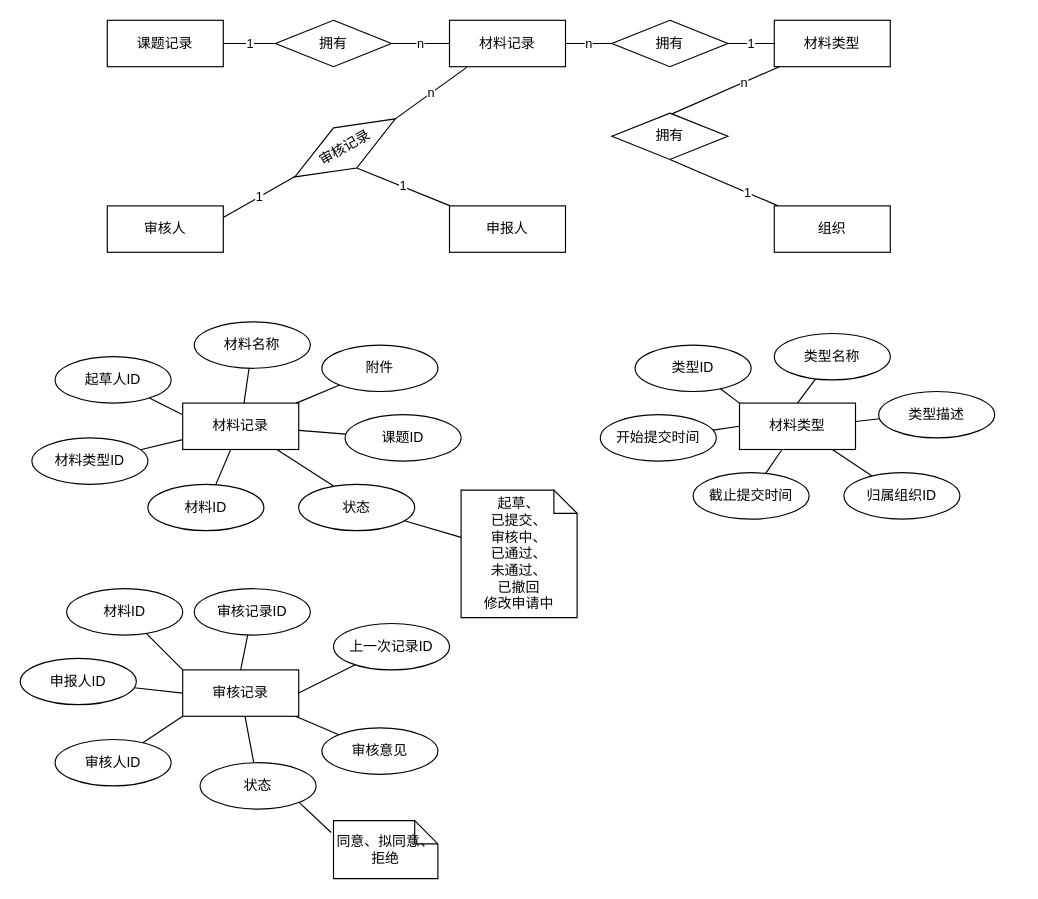
FdfGithub/drawio keeps this draw.io diagram as page "材料服务" (4 of 5) of 毕设管理系统/ER模型图.drawio. Above is the earlier version. Source tidied: cells renumbered, new cells numbered last; positions are measured from the earlier drawing's top-left corner, leaving out a move shared by most shapes. Both pictures are drawn from the tidied source at 116%, with x=0, y=0 at pixel (20, 20).
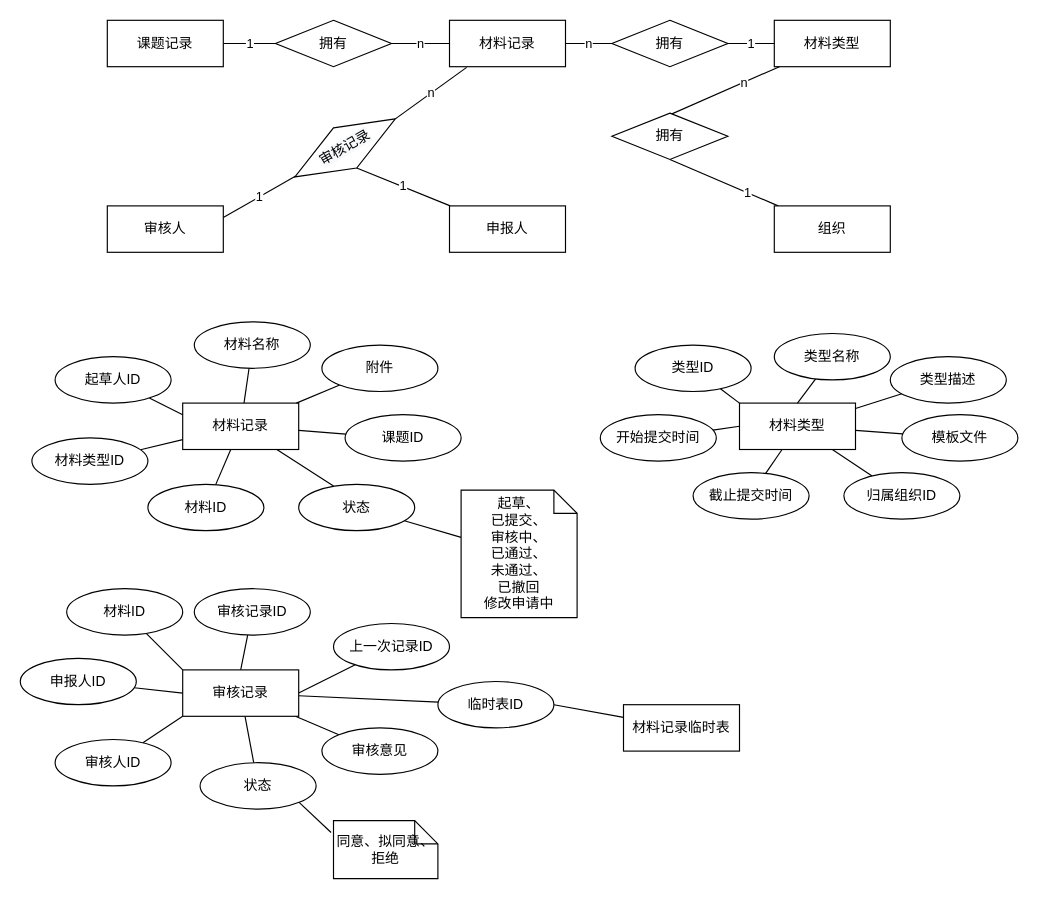
The same page after the edit.

Unchanged cells that the change refers to:
```xml
<mxCell id="21" value="材料类型" style="whiteSpace=wrap;html=1;align=center;" parent="1" vertex="1">
  <mxGeometry x="620" y="330" width="100" height="40" as="geometry" />
</mxCell>
<mxCell id="37" value="审核记录" style="whiteSpace=wrap;html=1;align=center;" parent="1" vertex="1">
  <mxGeometry x="140" y="560" width="100" height="40" as="geometry" />
</mxCell>
```

Change to the diagram source:
```diff
@@
+    <mxCell id="70" style="edgeStyle=none;rounded=0;jettySize=auto;html=1;endArrow=none;endFill=0;" parent="1" edge="1" source="21" target="72">
+      <mxGeometry relative="1" as="geometry" />
+    </mxCell>
@@
     <mxCell id="28" value="类型描述" style="ellipse;whiteSpace=wrap;html=1;align=center;" parent="1" vertex="1">
-      <mxGeometry x="740" y="320" width="100" height="40" as="geometry" />
+      <mxGeometry x="750" y="290" width="100" height="40" as="geometry" />
     </mxCell>
@@
+    <mxCell id="71" style="edgeStyle=none;rounded=0;jettySize=auto;html=1;endArrow=none;endFill=0;" parent="1" edge="1" source="37" target="73">
+      <mxGeometry relative="1" as="geometry" />
+    </mxCell>
@@
+    <mxCell id="72" value="模板文件" style="ellipse;whiteSpace=wrap;html=1;align=center;" parent="1" vertex="1">
+      <mxGeometry x="760" y="340" width="100" height="40" as="geometry" />
+    </mxCell>
+    <mxCell id="73" value="临时表ID" style="ellipse;whiteSpace=wrap;html=1;align=center;" parent="1" vertex="1">
+      <mxGeometry x="360" y="570" width="100" height="40" as="geometry" />
+    </mxCell>
+    <mxCell id="74" value="材料记录临时表" style="whiteSpace=wrap;html=1;align=center;" parent="1" vertex="1">
+      <mxGeometry x="520" y="590" width="100" height="40" as="geometry" />
+    </mxCell>
+    <mxCell id="75" style="edgeStyle=none;rounded=0;jettySize=auto;html=1;endArrow=none;endFill=0;" parent="1" edge="1" target="74">
+      <mxGeometry relative="1" as="geometry">
+        <mxPoint x="460" y="590" as="sourcePoint" />
+      </mxGeometry>
+    </mxCell>
```
